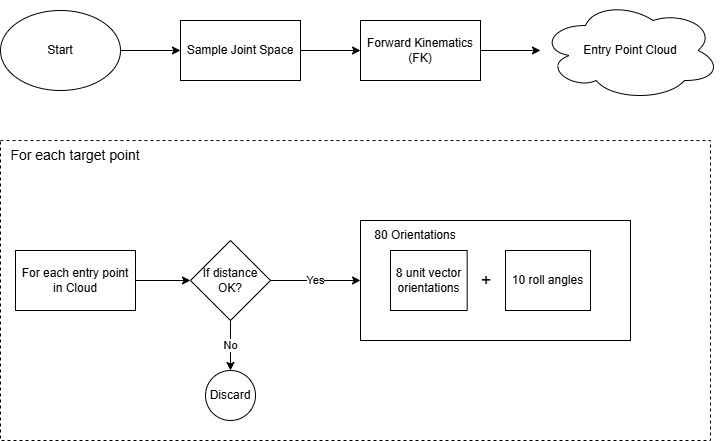
The draw.io diagram existing entry point planning.png in prabhunithingollapudi007/test-grafiti, before a commit. Source tidied: cells renumbered, new cells last; positions are measured from the earlier drawing's top-left corner, leaving out a move shared by most shapes.
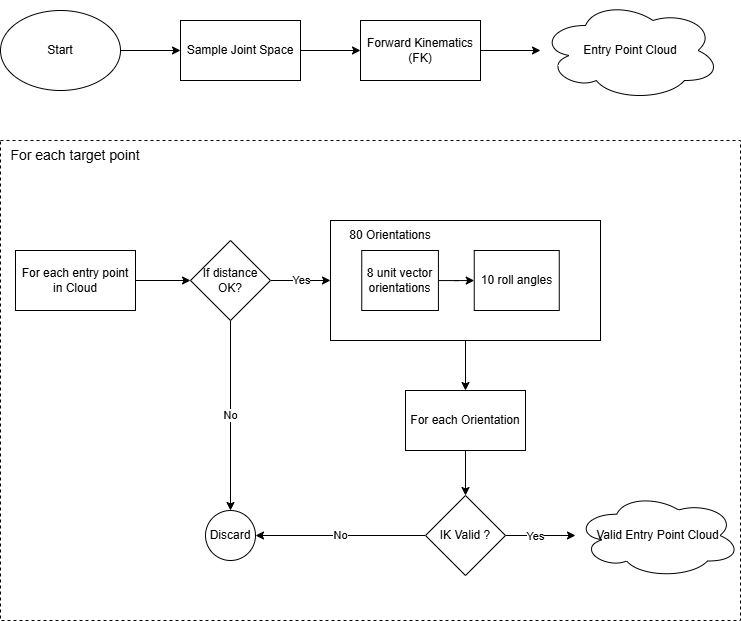
The same diagram one commit later.

The edit, as a diff of the source:
```diff
@@ -24,7 +24,7 @@
       <mxGeometry x="540" width="180" height="100" as="geometry" />
     </mxCell>
     <mxCell id="9" style="rounded=0;whiteSpace=wrap;html=1;fillColor=none;dashed=1;" parent="1" vertex="1">
-      <mxGeometry y="140" width="710" height="300" as="geometry" />
+      <mxGeometry y="140" width="740" height="480" as="geometry" />
     </mxCell>
     <mxCell id="10" value="&lt;font style=&quot;font-size: 14px;&quot;&gt;For each target point&lt;/font&gt;" style="text;html=1;whiteSpace=wrap;strokeColor=none;fillColor=none;align=center;verticalAlign=middle;rounded=0;" parent="1" vertex="1">
       <mxGeometry y="140" width="150" height="30" as="geometry" />
@@ -45,25 +45,52 @@
       <mxGeometry x="190" y="240" width="80" height="80" as="geometry" />
     </mxCell>
     <mxCell id="16" value="Discard" style="ellipse;whiteSpace=wrap;html=1;rounded=0;" parent="1" vertex="1">
-      <mxGeometry x="205" y="370" width="50" height="50" as="geometry" />
+      <mxGeometry x="205" y="510" width="50" height="50" as="geometry" />
     </mxCell>
+    <mxCell id="23" style="edgeStyle=orthogonalEdgeStyle;rounded=0;jettySize=auto;html=1;" parent="1" edge="1" source="24" target="32">
+      <mxGeometry relative="1" as="geometry" />
+    </mxCell>
+    <mxCell id="24" value="For each Orientation" style="rounded=0;whiteSpace=wrap;html=1;" parent="1" vertex="1">
+      <mxGeometry x="405" y="390" width="120" height="60" as="geometry" />
+    </mxCell>
+    <mxCell id="25" style="group;" parent="1" vertex="1">
+      <mxGeometry x="330" y="220" width="270" height="120" as="geometry" />
+    </mxCell>
-    <mxCell id="17" style="whiteSpace=wrap;html=1;rounded=0;fillColor=default;" parent="1" vertex="1">
-      <mxGeometry x="360" y="220" width="270" height="120" as="geometry" />
+    <mxCell id="17" style="whiteSpace=wrap;html=1;rounded=0;fillColor=none;" parent="25" vertex="1">
+      <mxGeometry width="270" height="120" as="geometry" />
     </mxCell>
-    <mxCell id="18" value="80 Orientations" style="text;html=1;whiteSpace=wrap;strokeColor=none;fillColor=none;align=center;verticalAlign=middle;rounded=0;" parent="1" vertex="1">
-      <mxGeometry x="370" y="220" width="90" height="30" as="geometry" />
-    </mxCell>
-    <mxCell id="19" style="group;" parent="1" vertex="1">
-      <mxGeometry x="390" y="250" width="200" height="60" as="geometry" />
-    </mxCell>
+    <mxCell id="26" style="group;" parent="17" vertex="1">
+      <mxGeometry x="31.2" y="30" width="197.5" height="90" as="geometry" />
+    </mxCell>
-    <mxCell id="20" value="8 unit vector orientations" style="rounded=0;whiteSpace=wrap;html=1;" parent="19" vertex="1">
+    <mxCell id="20" value="8 unit vector orientations" style="rounded=0;whiteSpace=wrap;html=1;" parent="26" vertex="1">
       <mxGeometry width="76.7" height="60" as="geometry" />
     </mxCell>
-    <mxCell id="21" value="10 roll angles" style="rounded=0;whiteSpace=wrap;html=1;" parent="19" vertex="1">
-      <mxGeometry x="115" width="85" height="60" as="geometry" />
+    <mxCell id="21" value="10 roll angles" style="rounded=0;whiteSpace=wrap;html=1;" parent="26" vertex="1">
+      <mxGeometry x="112.5" width="85" height="60" as="geometry" />
     </mxCell>
-    <mxCell id="22" value="&lt;font style=&quot;font-size: 18px;&quot;&gt;+&lt;/font&gt;" style="text;html=1;whiteSpace=wrap;strokeColor=none;fillColor=none;align=center;verticalAlign=middle;rounded=0;" parent="19" vertex="1">
-      <mxGeometry x="67.1" y="15" width="57.5" height="30" as="geometry" />
-    </mxCell>
+    <mxCell id="27" style="edgeStyle=orthogonalEdgeStyle;rounded=0;jettySize=auto;html=1;" parent="26" edge="1" source="20" target="21">
+      <mxGeometry relative="1" as="geometry" />
+    </mxCell>
+    <mxCell id="18" value="80 Orientations" style="text;html=1;whiteSpace=wrap;strokeColor=none;fillColor=none;align=center;verticalAlign=middle;rounded=0;" parent="17" vertex="1">
+      <mxGeometry x="15" width="90" height="30" as="geometry" />
+    </mxCell>
+    <mxCell id="28" style="edgeStyle=orthogonalEdgeStyle;rounded=0;jettySize=auto;html=1;" parent="1" edge="1" source="17" target="24">
+      <mxGeometry relative="1" as="geometry" />
+    </mxCell>
+    <mxCell id="29" value="No" style="edgeStyle=orthogonalEdgeStyle;rounded=0;jettySize=auto;html=1;entryX=1;entryY=0.5;entryDx=0;entryDy=0;" parent="1" edge="1" source="32" target="16">
+      <mxGeometry relative="1" as="geometry" />
+    </mxCell>
+    <mxCell id="30" style="edgeStyle=orthogonalEdgeStyle;rounded=0;jettySize=auto;html=1;" parent="1" edge="1" source="32" target="33">
+      <mxGeometry relative="1" as="geometry" />
+    </mxCell>
+    <mxCell id="31" value="Yes" style="edgeLabel;html=1;align=center;verticalAlign=middle;" parent="30" vertex="1">
+      <mxGeometry x="-0.16" relative="1" as="geometry" />
+    </mxCell>
+    <mxCell id="32" value="IK Valid ?" style="rhombus;whiteSpace=wrap;html=1;rounded=0;" parent="1" vertex="1">
+      <mxGeometry x="425" y="495" width="80" height="80" as="geometry" />
+    </mxCell>
+    <mxCell id="33" value="Valid Entry Point Cloud" style="ellipse;shape=cloud;whiteSpace=wrap;html=1;" parent="1" vertex="1">
+      <mxGeometry x="575" y="492.5" width="165" height="85" as="geometry" />
+    </mxCell>
   </root>
 </mxGraphModel>
```
